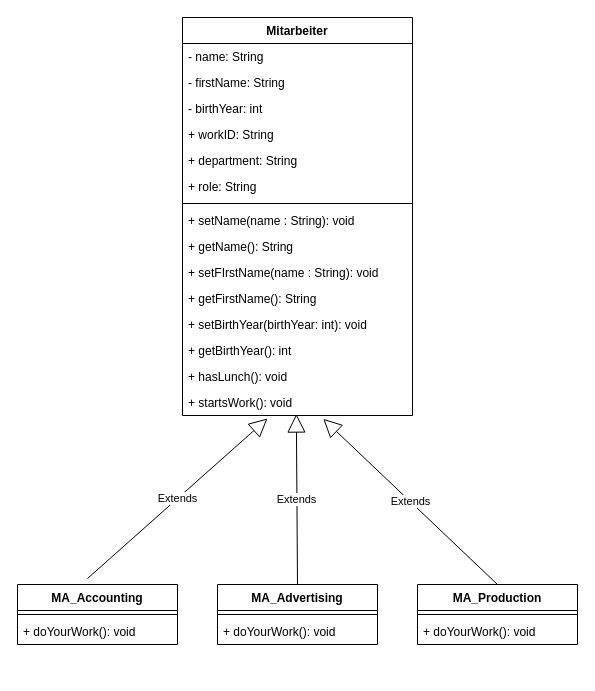
Above: page "var_1" (1 of 2) of muster_MA.drawio in mamedos73/03b_CodeLab_III-2 (draw.io), before the change. Source tidied: cells renumbered, new cells numbered last; positions are measured from the earlier drawing's top-left corner, leaving out a move shared by most shapes. Both pictures are drawn from the tidied source at 100%, with x=0, y=0 at pixel (17, 17).
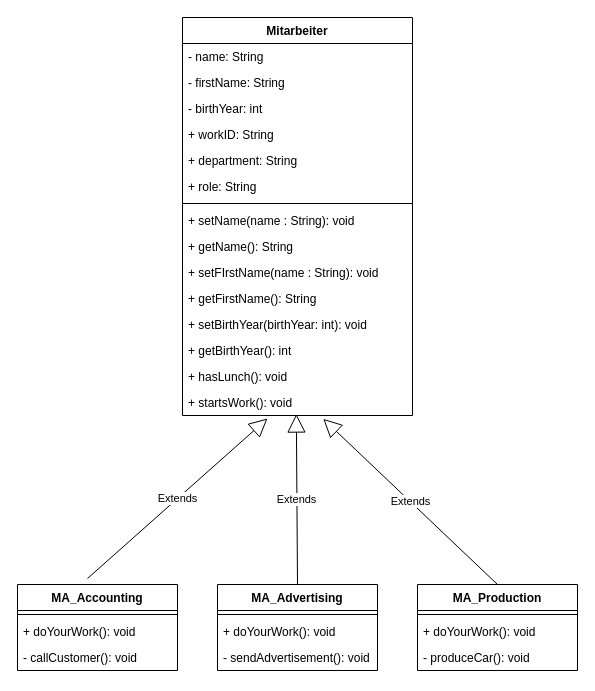
The same diagram, later.

What changed in the source:
```diff
@@
     <mxCell id="18" value="MA_Accounting" style="swimlane;fontStyle=1;align=center;verticalAlign=top;horizontal=1;startSize=26;" parent="1" vertex="1">
-      <mxGeometry y="567" width="160" height="60" as="geometry" />
+      <mxGeometry y="567" width="160" height="86" as="geometry" />
     </mxCell>
@@
+    <mxCell id="30" value="- callCustomer(): void" style="text;strokeColor=none;fillColor=none;align=left;verticalAlign=top;spacingLeft=4;spacingRight=4;overflow=hidden;" parent="18" vertex="1">
+      <mxGeometry y="60" width="160" height="26" as="geometry" />
+    </mxCell>
     <mxCell id="21" value="MA_Advertising" style="swimlane;fontStyle=1;align=center;verticalAlign=top;horizontal=1;startSize=26;" parent="1" vertex="1">
-      <mxGeometry x="200" y="567" width="160" height="60" as="geometry" />
+      <mxGeometry x="200" y="567" width="160" height="86" as="geometry" />
     </mxCell>
@@
+    <mxCell id="31" value="- sendAdvertisement(): void" style="text;strokeColor=none;fillColor=none;align=left;verticalAlign=top;spacingLeft=4;spacingRight=4;overflow=hidden;" parent="21" vertex="1">
+      <mxGeometry y="60" width="160" height="26" as="geometry" />
+    </mxCell>
     <mxCell id="24" value="MA_Production" style="swimlane;fontStyle=1;align=center;verticalAlign=top;horizontal=1;startSize=26;" parent="1" vertex="1">
-      <mxGeometry x="400" y="567" width="160" height="60" as="geometry" />
+      <mxGeometry x="400" y="567" width="160" height="86" as="geometry" />
     </mxCell>
@@
+    <mxCell id="32" value="- produceCar(): void" style="text;strokeColor=none;fillColor=none;align=left;verticalAlign=top;spacingLeft=4;spacingRight=4;overflow=hidden;" parent="24" vertex="1">
+      <mxGeometry y="60" width="160" height="26" as="geometry" />
+    </mxCell>
```
